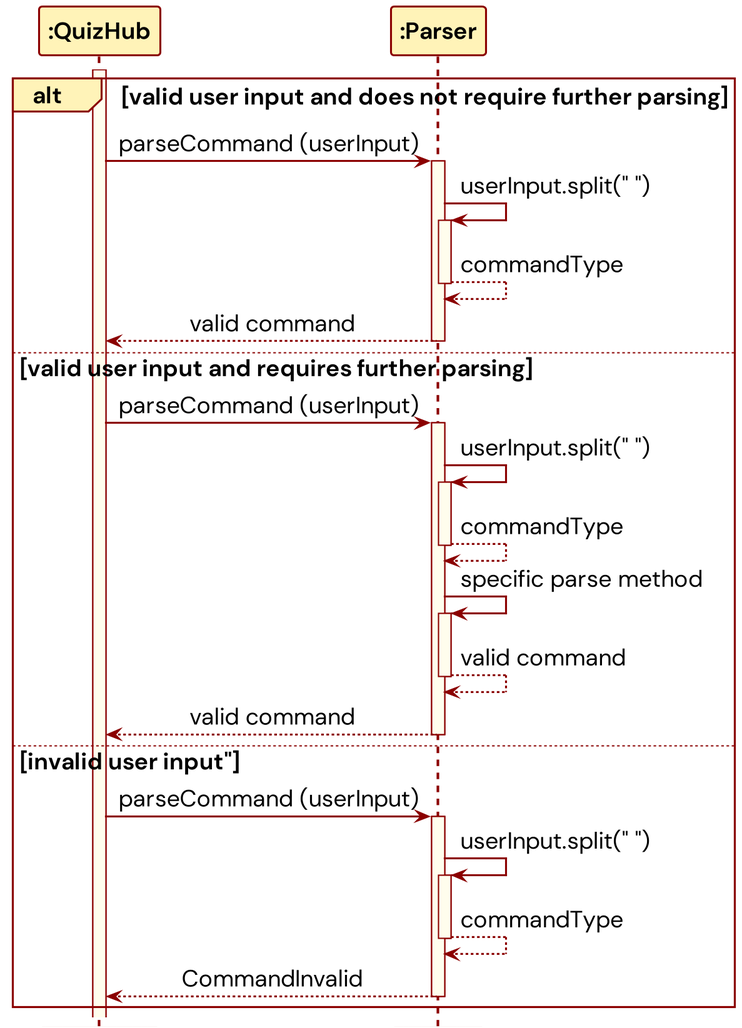
The PlantUML diagram docs/UML/Images/parser.png in nus-cs2113-AY2324S1/tp, before a commit. Its source is kept beside it as docs/UML/Puml/parser.puml.
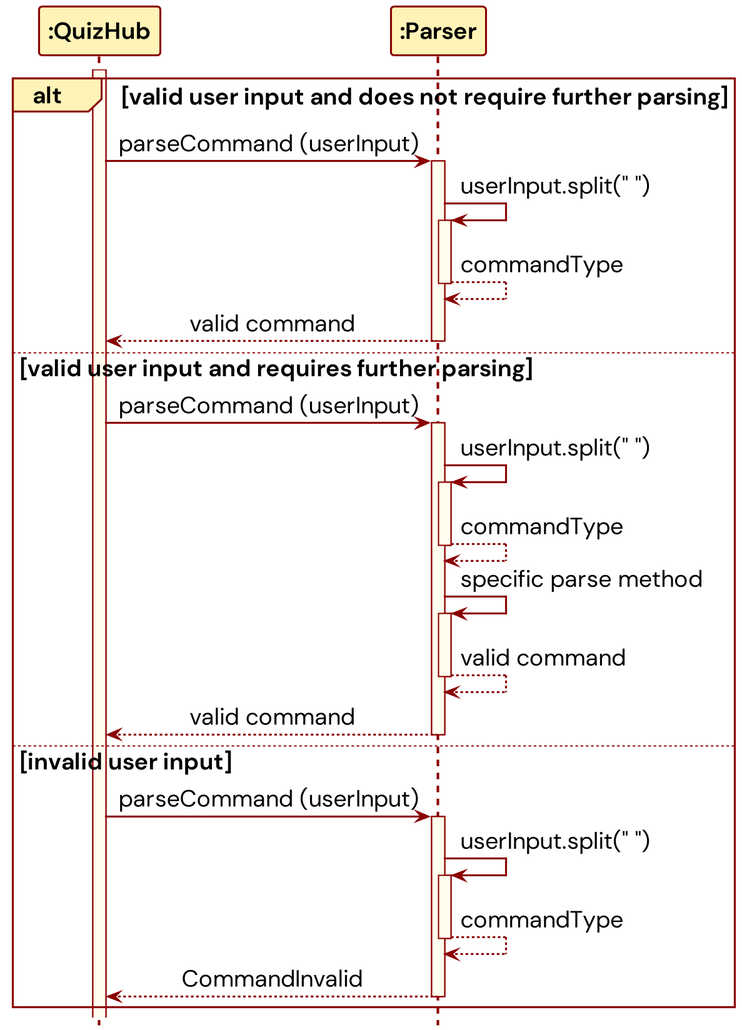
Above is the later version.

Commit message:
Updated DG UML diagram, updated Juncheng PPP, updated Juncheng AboutUs

Diff of the diagram source:
```diff
@@ -29,7 +29,7 @@
     Parser --> QuizHub: valid command
     deactivate Parser
 
-else invalid user input"
+else invalid user input
     QuizHub -> Parser: parseCommand (userInput)
     activate Parser
     Parser -> Parser: userInput.split(" ")
```
